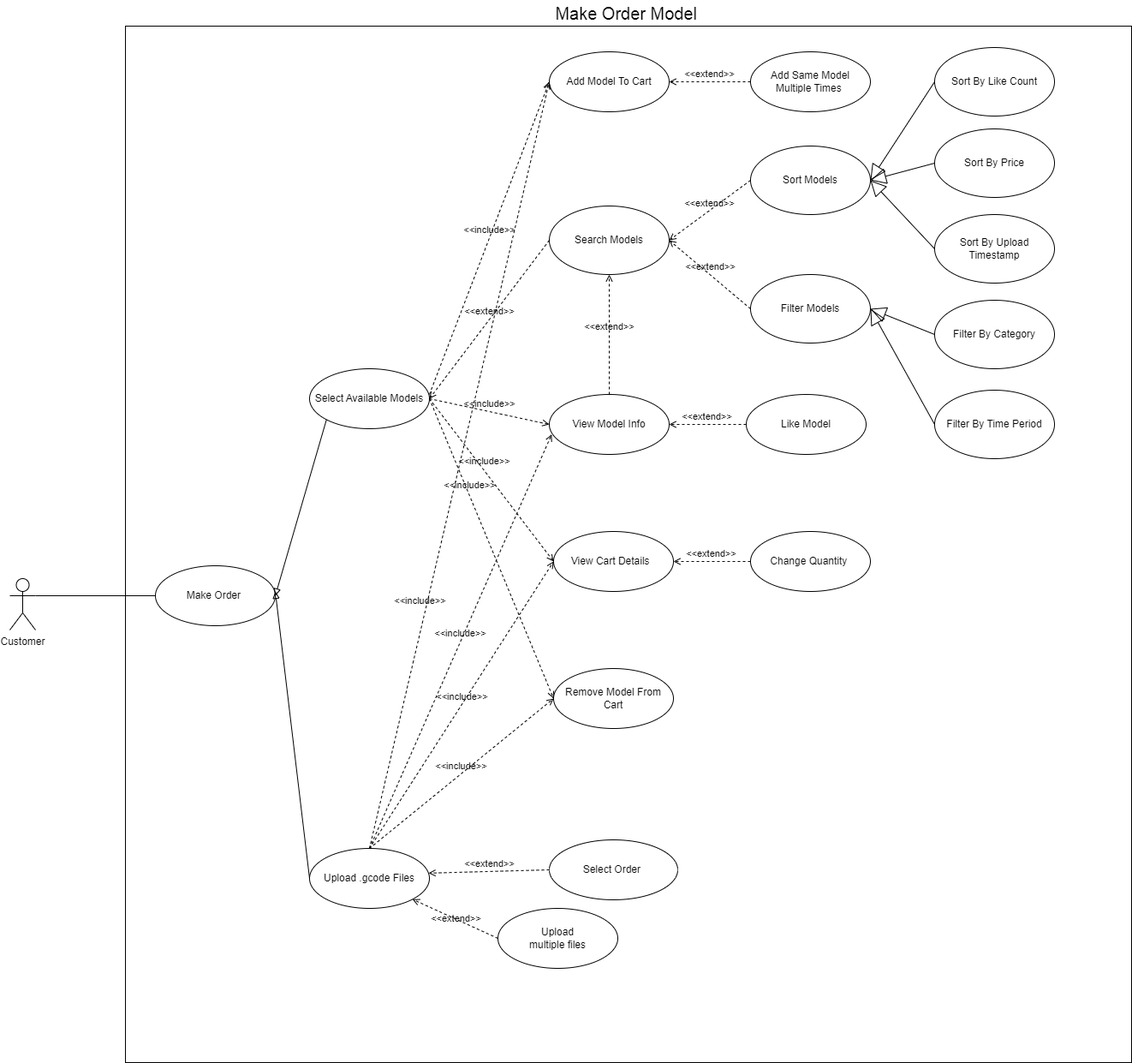
Before: contents/images/usecase/DACNPM-MakeOrder.png, a diagram exported from draw.io (ngyngcphu/tick3D-docs). Source tidied: cells renumbered, new cells last; positions are measured from the earlier drawing's top-left corner, leaving out a move shared by most shapes.
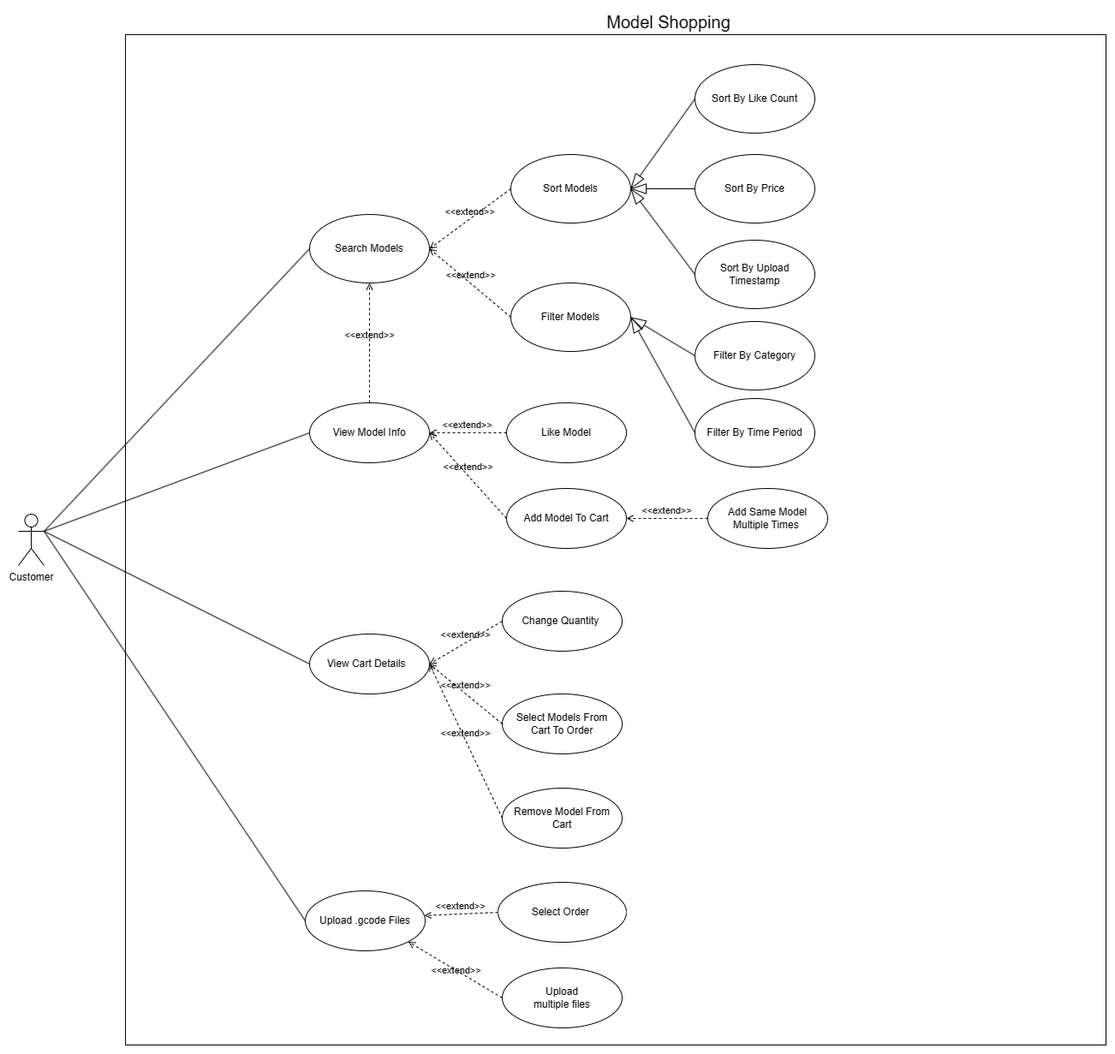
After the change.

What changed in the source:
```diff
@@ -3,58 +3,32 @@
     <mxCell id="0" />
     <mxCell id="1" parent="0" />
     <mxCell id="2" style="rounded=0;whiteSpace=wrap;html=1;" parent="1" vertex="1">
-      <mxGeometry x="135" y="30" width="1175" height="1210" as="geometry" />
+      <mxGeometry x="135" y="-10" width="1145" height="1180" as="geometry" />
     </mxCell>
     <mxCell id="3" value="Customer" style="shape=umlActor;verticalLabelPosition=bottom;verticalAlign=top;html=1;outlineConnect=0;" parent="1" vertex="1">
-      <mxGeometry y="675" width="30" height="60" as="geometry" />
+      <mxGeometry x="10" y="550" width="30" height="60" as="geometry" />
     </mxCell>
-    <mxCell id="4" value="Make Order&amp;nbsp;" style="ellipse;whiteSpace=wrap;html=1;" parent="1" vertex="1">
-      <mxGeometry x="170" y="660" width="140" height="70" as="geometry" />
-    </mxCell>
-    <mxCell id="5" value="Select Available Models" style="ellipse;whiteSpace=wrap;html=1;" parent="1" vertex="1">
-      <mxGeometry x="350" y="430" width="140" height="70" as="geometry" />
-    </mxCell>
     <mxCell id="6" value="Add Model To Cart" style="ellipse;whiteSpace=wrap;html=1;" parent="1" vertex="1">
-      <mxGeometry x="630" y="60" width="140" height="70" as="geometry" />
+      <mxGeometry x="580" y="520" width="140" height="70" as="geometry" />
     </mxCell>
     <mxCell id="7" value="View Model Info" style="ellipse;whiteSpace=wrap;html=1;" parent="1" vertex="1">
-      <mxGeometry x="630" y="460" width="140" height="70" as="geometry" />
+      <mxGeometry x="350" y="420" width="140" height="70" as="geometry" />
     </mxCell>
     <mxCell id="8" value="Add Same Model &lt;br&gt;Multiple Times&amp;nbsp;" style="ellipse;whiteSpace=wrap;html=1;" parent="1" vertex="1">
-      <mxGeometry x="865" y="60" width="140" height="70" as="geometry" />
+      <mxGeometry x="815" y="520" width="140" height="70" as="geometry" />
     </mxCell>
     <mxCell id="9" value="Remove Model From Cart" style="ellipse;whiteSpace=wrap;html=1;" parent="1" vertex="1">
-      <mxGeometry x="635" y="780" width="140" height="70" as="geometry" />
+      <mxGeometry x="575" y="870" width="140" height="70" as="geometry" />
     </mxCell>
     <mxCell id="10" value="Upload .gcode Files" style="ellipse;whiteSpace=wrap;html=1;" parent="1" vertex="1">
-      <mxGeometry x="350" y="990" width="140" height="70" as="geometry" />
+      <mxGeometry x="345" y="990" width="140" height="70" as="geometry" />
     </mxCell>
     <mxCell id="11" value="Select Order&amp;nbsp;" style="ellipse;whiteSpace=wrap;html=1;" parent="1" vertex="1">
-      <mxGeometry x="630" y="980" width="150" height="70" as="geometry" />
+      <mxGeometry x="570" y="980" width="150" height="70" as="geometry" />
     </mxCell>
     <mxCell id="12" value="Upload &lt;br&gt;multiple files" style="ellipse;whiteSpace=wrap;html=1;" parent="1" vertex="1">
-      <mxGeometry x="570" y="1060" width="140" height="70" as="geometry" />
+      <mxGeometry x="575" y="1080" width="140" height="70" as="geometry" />
     </mxCell>
-    <mxCell id="13" style="endArrow=none;html=1;rounded=0;exitX=1;exitY=0.3333333333333333;exitDx=0;exitDy=0;exitPerimeter=0;entryX=0;entryY=0.5;entryDx=0;entryDy=0;" parent="1" edge="1" source="3" target="4">
-      <mxGeometry relative="1" as="geometry" />
-    </mxCell>
-    <mxCell id="14" style="html=1;verticalAlign=bottom;labelBackgroundColor=none;endArrow=block;endFill=0;rounded=0;exitX=0;exitY=1;exitDx=0;exitDy=0;entryX=1;entryY=0.5;entryDx=0;entryDy=0;" parent="1" edge="1" source="5" target="4">
-      <mxGeometry relative="1" as="geometry" />
-    </mxCell>
-    <mxCell id="15" value="&amp;lt;&amp;lt;include&amp;gt;&amp;gt;" style="html=1;verticalAlign=bottom;labelBackgroundColor=none;endArrow=open;endFill=0;dashed=1;rounded=0;entryX=0;entryY=0.5;entryDx=0;entryDy=0;exitX=1;exitY=0.5;exitDx=0;exitDy=0;" parent="1" edge="1" target="6">
-      <mxGeometry relative="1" as="geometry">
-        <mxPoint x="490" y="460" as="sourcePoint" />
-      </mxGeometry>
-    </mxCell>
-    <mxCell id="16" value="&amp;lt;&amp;lt;include&amp;gt;&amp;gt;" style="html=1;verticalAlign=bottom;labelBackgroundColor=none;endArrow=open;endFill=0;dashed=1;rounded=0;exitX=1;exitY=0.5;exitDx=0;exitDy=0;entryX=0;entryY=0.5;entryDx=0;entryDy=0;" parent="1" edge="1" source="5" target="7">
-      <mxGeometry relative="1" as="geometry" />
-    </mxCell>
-    <mxCell id="17" value="&amp;lt;&amp;lt;include&amp;gt;&amp;gt;" style="html=1;verticalAlign=bottom;labelBackgroundColor=none;endArrow=open;endFill=0;dashed=1;rounded=0;entryX=0;entryY=0.5;entryDx=0;entryDy=0;exitX=1;exitY=0.5;exitDx=0;exitDy=0;" parent="1" edge="1" source="5" target="27">
-      <mxGeometry x="-0.13" y="1" relative="1" as="geometry" />
-    </mxCell>
-    <mxCell id="18" value="&amp;lt;&amp;lt;include&amp;gt;&amp;gt;" style="html=1;verticalAlign=bottom;labelBackgroundColor=none;endArrow=open;endFill=0;dashed=1;rounded=0;entryX=0;entryY=0.5;entryDx=0;entryDy=0;exitX=1;exitY=0.5;exitDx=0;exitDy=0;" parent="1" edge="1" source="5" target="9">
-      <mxGeometry x="-0.36" y="1" relative="1" as="geometry" />
-    </mxCell>
     <mxCell id="19" value="&amp;lt;&amp;lt;extend&amp;gt;&amp;gt;" style="html=1;verticalAlign=bottom;labelBackgroundColor=none;endArrow=open;endFill=0;dashed=1;rounded=0;entryX=1;entryY=0.5;entryDx=0;entryDy=0;exitX=0;exitY=0.5;exitDx=0;exitDy=0;" parent="1" edge="1" source="8" target="6">
       <mxGeometry relative="1" as="geometry" />
     </mxCell>
@@ -64,79 +38,62 @@
     <mxCell id="21" value="&amp;lt;&amp;lt;extend&amp;gt;&amp;gt;" style="html=1;verticalAlign=bottom;labelBackgroundColor=none;endArrow=open;endFill=0;dashed=1;rounded=0;entryX=1;entryY=1;entryDx=0;entryDy=0;exitX=0;exitY=0.5;exitDx=0;exitDy=0;" parent="1" edge="1" source="12" target="10">
       <mxGeometry x="-0.1" y="8" relative="1" as="geometry" />
     </mxCell>
-    <mxCell id="22" value="&lt;span style=&quot;font-size: 20px;&quot;&gt;Make Order Model&amp;nbsp;&lt;/span&gt;" style="text;html=1;strokeColor=none;fillColor=none;align=center;verticalAlign=middle;whiteSpace=wrap;rounded=0;" parent="1" vertex="1">
-      <mxGeometry x="587.5" width="270" height="30" as="geometry" />
+    <mxCell id="22" value="&lt;font style=&quot;font-size: 20px;&quot;&gt;Model Shopping&lt;/font&gt;" style="text;html=1;strokeColor=none;fillColor=none;align=center;verticalAlign=middle;whiteSpace=wrap;rounded=0;" parent="1" vertex="1">
+      <mxGeometry x="587.5" y="-40" width="362.5" height="30" as="geometry" />
     </mxCell>
-    <mxCell id="23" value="&amp;lt;&amp;lt;include&amp;gt;&amp;gt;" style="html=1;verticalAlign=bottom;labelBackgroundColor=none;endArrow=open;endFill=0;dashed=1;rounded=0;exitX=0.5;exitY=0;exitDx=0;exitDy=0;entryX=0;entryY=0.5;entryDx=0;entryDy=0;" parent="1" edge="1" source="10" target="9">
+    <mxCell id="23" value="&amp;lt;&amp;lt;extend&amp;gt;&amp;gt;" style="html=1;verticalAlign=bottom;labelBackgroundColor=none;endArrow=open;endFill=0;dashed=1;rounded=0;exitX=0;exitY=0.5;exitDx=0;exitDy=0;entryX=1;entryY=0.5;entryDx=0;entryDy=0;" parent="1" edge="1" source="9" target="27">
       <mxGeometry relative="1" as="geometry" />
     </mxCell>
-    <mxCell id="24" value="&amp;lt;&amp;lt;include&amp;gt;&amp;gt;" style="html=1;verticalAlign=bottom;labelBackgroundColor=none;endArrow=open;endFill=0;dashed=1;rounded=0;exitX=0.5;exitY=0;exitDx=0;exitDy=0;entryX=0;entryY=0.5;entryDx=0;entryDy=0;" parent="1" edge="1" source="10" target="6">
-      <mxGeometry x="-0.38" y="7" relative="1" as="geometry" />
-    </mxCell>
-    <mxCell id="25" value="&amp;lt;&amp;lt;include&amp;gt;&amp;gt;" style="html=1;verticalAlign=bottom;labelBackgroundColor=none;endArrow=open;endFill=0;dashed=1;rounded=0;exitX=0.5;exitY=0;exitDx=0;exitDy=0;entryX=0;entryY=0.5;entryDx=0;entryDy=0;" parent="1" edge="1" source="10" target="27">
-      <mxGeometry relative="1" as="geometry" />
-    </mxCell>
-    <mxCell id="26" value="&amp;lt;&amp;lt;include&amp;gt;&amp;gt;" style="html=1;verticalAlign=bottom;labelBackgroundColor=none;endArrow=open;endFill=0;dashed=1;rounded=0;exitX=0.5;exitY=0;exitDx=0;exitDy=0;entryX=0.02;entryY=0.665;entryDx=0;entryDy=0;entryPerimeter=0;" parent="1" edge="1" source="10" target="7">
-      <mxGeometry relative="1" as="geometry" />
-    </mxCell>
     <mxCell id="27" value="View Cart Details&amp;nbsp;&amp;nbsp;" style="ellipse;whiteSpace=wrap;html=1;" parent="1" vertex="1">
-      <mxGeometry x="635" y="620" width="140" height="70" as="geometry" />
+      <mxGeometry x="350" y="690" width="140" height="70" as="geometry" />
     </mxCell>
-    <mxCell id="28" style="html=1;verticalAlign=bottom;labelBackgroundColor=none;endArrow=block;endFill=0;rounded=0;exitX=0;exitY=0.5;exitDx=0;exitDy=0;" parent="1" edge="1" source="10">
-      <mxGeometry relative="1" as="geometry">
-        <mxPoint x="310" y="690" as="targetPoint" />
-      </mxGeometry>
-    </mxCell>
     <mxCell id="29" value="Search Models" style="ellipse;whiteSpace=wrap;html=1;" parent="1" vertex="1">
-      <mxGeometry x="630" y="240" width="140" height="80" as="geometry" />
+      <mxGeometry x="350" y="200" width="140" height="80" as="geometry" />
     </mxCell>
     <mxCell id="30" value="Sort&amp;nbsp;By Price" style="ellipse;whiteSpace=wrap;html=1;" parent="1" vertex="1">
-      <mxGeometry x="1080" y="150" width="140" height="80" as="geometry" />
+      <mxGeometry x="800" y="130" width="140" height="80" as="geometry" />
     </mxCell>
-    <mxCell id="31" style="endArrow=block;endSize=16;endFill=0;html=1;rounded=0;entryX=1;entryY=0.5;entryDx=0;entryDy=0;exitX=0;exitY=0.5;exitDx=0;exitDy=0;" parent="1" edge="1" source="32" target="34">
+    <mxCell id="31" style="endArrow=blockThin;endSize=16;endFill=0;html=1;rounded=0;entryX=1;entryY=0.5;entryDx=0;entryDy=0;exitX=0;exitY=0.5;exitDx=0;exitDy=0;" parent="1" edge="1" source="32" target="34">
       <mxGeometry relative="1" as="geometry" />
     </mxCell>
     <mxCell id="32" value="Sort&amp;nbsp;By Like Count" style="ellipse;whiteSpace=wrap;html=1;" parent="1" vertex="1">
-      <mxGeometry x="1080" y="55" width="140" height="80" as="geometry" />
+      <mxGeometry x="800" y="25" width="140" height="80" as="geometry" />
     </mxCell>
-    <mxCell id="33" style="endArrow=block;endSize=16;endFill=0;html=1;rounded=0;exitX=0;exitY=0.5;exitDx=0;exitDy=0;entryX=1;entryY=0.5;entryDx=0;entryDy=0;" parent="1" edge="1" source="30" target="34">
+    <mxCell id="33" style="endArrow=blockThin;endSize=16;endFill=0;html=1;rounded=0;exitX=0;exitY=0.5;exitDx=0;exitDy=0;entryX=1;entryY=0.5;entryDx=0;entryDy=0;" parent="1" edge="1" source="30" target="34">
       <mxGeometry x="0.01" relative="1" as="geometry" />
     </mxCell>
     <mxCell id="34" value="Sort Models" style="ellipse;whiteSpace=wrap;html=1;" parent="1" vertex="1">
-      <mxGeometry x="865" y="170" width="140" height="80" as="geometry" />
+      <mxGeometry x="585" y="130" width="140" height="80" as="geometry" />
     </mxCell>
-    <mxCell id="35" value="&amp;lt;&amp;lt;extend&amp;gt;&amp;gt;" style="html=1;verticalAlign=bottom;labelBackgroundColor=none;endArrow=open;endFill=0;dashed=1;rounded=0;entryX=1;entryY=0.5;entryDx=0;entryDy=0;exitX=0;exitY=0.5;exitDx=0;exitDy=0;" parent="1" edge="1" source="29" target="5">
-      <mxGeometry x="0.01" relative="1" as="geometry" />
-    </mxCell>
     <mxCell id="36" value="&amp;lt;&amp;lt;extend&amp;gt;&amp;gt;" style="html=1;verticalAlign=bottom;labelBackgroundColor=none;endArrow=open;endFill=0;dashed=1;rounded=0;exitX=0;exitY=0.5;exitDx=0;exitDy=0;entryX=1;entryY=0.5;entryDx=0;entryDy=0;" parent="1" edge="1" source="34" target="29">
       <mxGeometry relative="1" as="geometry" />
     </mxCell>
     <mxCell id="37" value="Sort&amp;nbsp;By Upload Timestamp" style="ellipse;whiteSpace=wrap;html=1;" parent="1" vertex="1">
-      <mxGeometry x="1080" y="250" width="140" height="80" as="geometry" />
+      <mxGeometry x="800" y="230" width="140" height="80" as="geometry" />
     </mxCell>
     <mxCell id="38" value="Filter&amp;nbsp;By Category" style="ellipse;whiteSpace=wrap;html=1;" parent="1" vertex="1">
-      <mxGeometry x="1080" y="350" width="140" height="80" as="geometry" />
+      <mxGeometry x="800" y="325" width="140" height="80" as="geometry" />
     </mxCell>
-    <mxCell id="39" style="endArrow=block;endSize=16;endFill=0;html=1;rounded=0;exitX=0;exitY=0.5;exitDx=0;exitDy=0;entryX=1;entryY=0.5;entryDx=0;entryDy=0;" parent="1" edge="1" source="37" target="34">
+    <mxCell id="39" style="endArrow=blockThin;endSize=16;endFill=0;html=1;rounded=0;exitX=0;exitY=0.5;exitDx=0;exitDy=0;entryX=1;entryY=0.5;entryDx=0;entryDy=0;" parent="1" edge="1" source="37" target="34">
       <mxGeometry x="0.01" relative="1" as="geometry" />
     </mxCell>
     <mxCell id="40" value="Filter Models" style="ellipse;whiteSpace=wrap;html=1;" parent="1" vertex="1">
-      <mxGeometry x="865" y="320" width="140" height="80" as="geometry" />
+      <mxGeometry x="585" y="280" width="140" height="80" as="geometry" />
     </mxCell>
     <mxCell id="41" value="&amp;lt;&amp;lt;extend&amp;gt;&amp;gt;" style="html=1;verticalAlign=bottom;labelBackgroundColor=none;endArrow=open;endFill=0;dashed=1;rounded=0;exitX=0;exitY=0.5;exitDx=0;exitDy=0;entryX=1;entryY=0.5;entryDx=0;entryDy=0;" parent="1" edge="1" source="40" target="29">
       <mxGeometry relative="1" as="geometry" />
     </mxCell>
     <mxCell id="42" value="Filter&amp;nbsp;By Time Period" style="ellipse;whiteSpace=wrap;html=1;" parent="1" vertex="1">
-      <mxGeometry x="1080" y="455" width="140" height="80" as="geometry" />
+      <mxGeometry x="800" y="415" width="140" height="80" as="geometry" />
     </mxCell>
-    <mxCell id="43" style="endArrow=block;endSize=16;endFill=0;html=1;rounded=0;exitX=0;exitY=0.5;exitDx=0;exitDy=0;entryX=1;entryY=0.5;entryDx=0;entryDy=0;" parent="1" edge="1" source="38" target="40">
+    <mxCell id="43" style="endArrow=blockThin;endSize=16;endFill=0;html=1;rounded=0;exitX=0;exitY=0.5;exitDx=0;exitDy=0;entryX=1;entryY=0.5;entryDx=0;entryDy=0;" parent="1" edge="1" source="38" target="40">
       <mxGeometry x="0.01" relative="1" as="geometry" />
     </mxCell>
-    <mxCell id="44" style="endArrow=block;endSize=16;endFill=0;html=1;rounded=0;exitX=0;exitY=0.5;exitDx=0;exitDy=0;entryX=1;entryY=0.5;entryDx=0;entryDy=0;" parent="1" edge="1" source="42" target="40">
+    <mxCell id="44" style="endArrow=blockThin;endSize=16;endFill=0;html=1;rounded=0;exitX=0;exitY=0.5;exitDx=0;exitDy=0;entryX=1;entryY=0.5;entryDx=0;entryDy=0;" parent="1" edge="1" source="42" target="40">
       <mxGeometry x="0.01" relative="1" as="geometry" />
     </mxCell>
     <mxCell id="45" value="Change Quantity&amp;nbsp;" style="ellipse;whiteSpace=wrap;html=1;" parent="1" vertex="1">
-      <mxGeometry x="865" y="620" width="140" height="70" as="geometry" />
+      <mxGeometry x="575" y="640" width="140" height="70" as="geometry" />
     </mxCell>
     <mxCell id="46" value="&amp;lt;&amp;lt;extend&amp;gt;&amp;gt;" style="html=1;verticalAlign=bottom;labelBackgroundColor=none;endArrow=open;endFill=0;dashed=1;rounded=0;entryX=1;entryY=0.5;entryDx=0;entryDy=0;exitX=0;exitY=0.5;exitDx=0;exitDy=0;" parent="1" edge="1" source="45" target="27">
       <mxGeometry relative="1" as="geometry" />
@@ -145,10 +102,31 @@
       <mxGeometry relative="1" as="geometry" />
     </mxCell>
     <mxCell id="48" value="Like Model" style="ellipse;whiteSpace=wrap;html=1;" parent="1" vertex="1">
-      <mxGeometry x="860" y="460" width="140" height="70" as="geometry" />
+      <mxGeometry x="580" y="420" width="140" height="70" as="geometry" />
     </mxCell>
     <mxCell id="49" value="&amp;lt;&amp;lt;extend&amp;gt;&amp;gt;" style="html=1;verticalAlign=bottom;labelBackgroundColor=none;endArrow=open;endFill=0;dashed=1;rounded=0;entryX=1;entryY=0.5;entryDx=0;entryDy=0;exitX=0;exitY=0.5;exitDx=0;exitDy=0;" parent="1" edge="1" source="48" target="7">
       <mxGeometry relative="1" as="geometry" />
     </mxCell>
+    <mxCell id="50" style="endArrow=none;html=1;rounded=0;exitX=1;exitY=0.3333333333333333;exitDx=0;exitDy=0;exitPerimeter=0;entryX=0;entryY=0.5;entryDx=0;entryDy=0;" parent="1" edge="1" source="3" target="7">
+      <mxGeometry relative="1" as="geometry" />
+    </mxCell>
+    <mxCell id="51" style="endArrow=none;html=1;rounded=0;exitX=1;exitY=0.3333333333333333;exitDx=0;exitDy=0;exitPerimeter=0;entryX=0;entryY=0.5;entryDx=0;entryDy=0;" parent="1" edge="1" source="3" target="29">
+      <mxGeometry relative="1" as="geometry" />
+    </mxCell>
+    <mxCell id="52" style="endArrow=none;html=1;rounded=0;exitX=1;exitY=0.3333333333333333;exitDx=0;exitDy=0;exitPerimeter=0;entryX=0;entryY=0.5;entryDx=0;entryDy=0;" parent="1" edge="1" source="3" target="10">
+      <mxGeometry relative="1" as="geometry" />
+    </mxCell>
+    <mxCell id="53" style="endArrow=none;html=1;rounded=0;exitX=1;exitY=0.3333333333333333;exitDx=0;exitDy=0;exitPerimeter=0;entryX=0;entryY=0.5;entryDx=0;entryDy=0;" parent="1" edge="1" source="3" target="27">
+      <mxGeometry relative="1" as="geometry" />
+    </mxCell>
+    <mxCell id="54" value="&amp;lt;&amp;lt;extend&amp;gt;&amp;gt;" style="html=1;verticalAlign=bottom;labelBackgroundColor=none;endArrow=open;endFill=0;dashed=1;rounded=0;entryX=1;entryY=0.5;entryDx=0;entryDy=0;exitX=0;exitY=0.5;exitDx=0;exitDy=0;" parent="1" edge="1" source="56" target="27">
+      <mxGeometry relative="1" as="geometry" />
+    </mxCell>
+    <mxCell id="55" value="&amp;lt;&amp;lt;extend&amp;gt;&amp;gt;" style="html=1;verticalAlign=bottom;labelBackgroundColor=none;endArrow=open;endFill=0;dashed=1;rounded=0;entryX=1;entryY=0.5;entryDx=0;entryDy=0;exitX=0;exitY=0.5;exitDx=0;exitDy=0;" parent="1" edge="1" source="6" target="7">
+      <mxGeometry relative="1" as="geometry" />
+    </mxCell>
+    <mxCell id="56" value="Select Models&amp;nbsp;From &lt;br&gt;Cart To Order" style="ellipse;whiteSpace=wrap;html=1;" parent="1" vertex="1">
+      <mxGeometry x="575" y="760" width="140" height="70" as="geometry" />
+    </mxCell>
   </root>
 </mxGraphModel>
```
